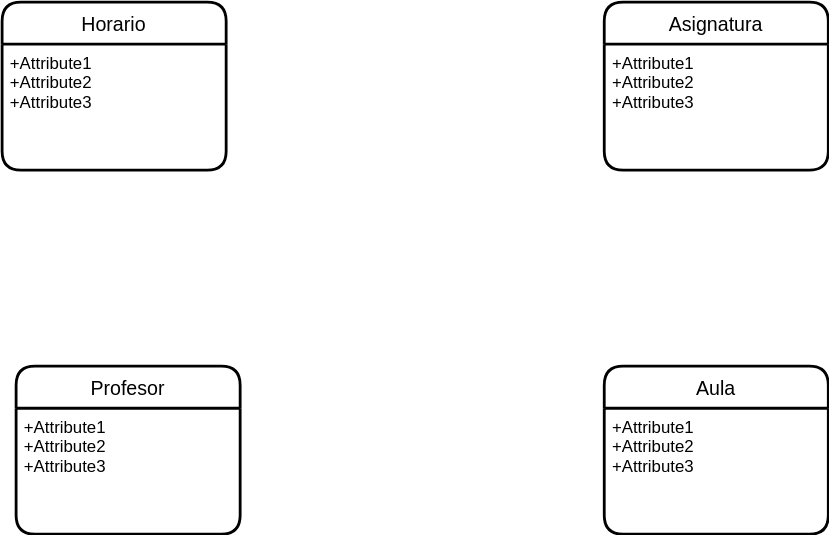
The draw.io diagram UD12-17.svg in Jimxx22/C3-UD11-UML, before a commit. Source tidied: cells renumbered, new cells last; positions are measured from the earlier drawing's top-left corner, leaving out a move shared by most shapes.
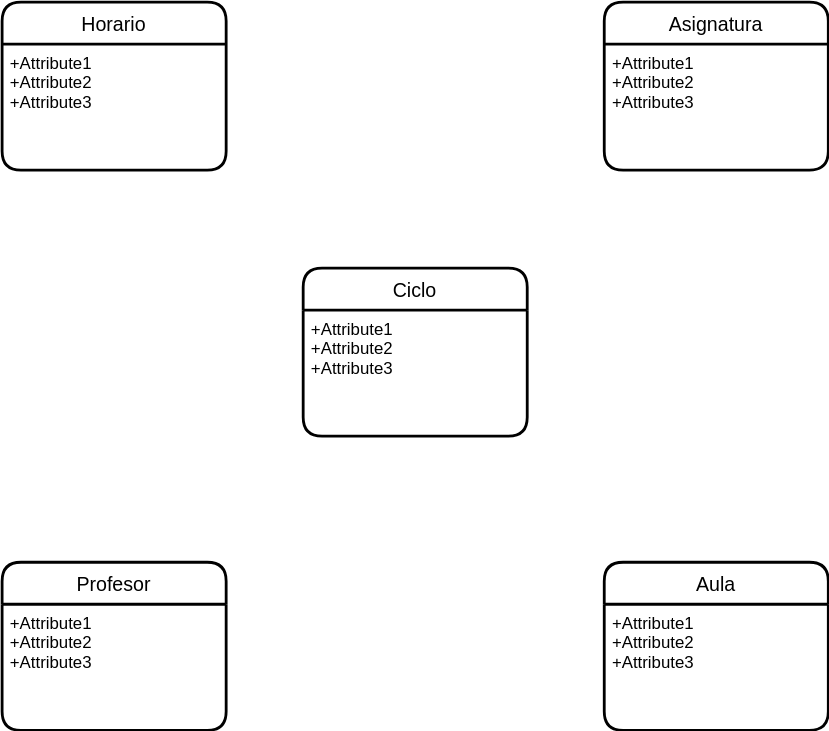
After the change.

Diff of the diagram source:
```diff
@@ -3,28 +3,34 @@
     <mxCell id="0" />
     <mxCell id="1" parent="0" />
     <mxCell id="2" value="Asignatura" style="swimlane;horizontal=1;startSize=30;rounded=1;fontSize=14;fontStyle=0;strokeWidth=2;shadow=0;dashed=0;align=center;" parent="1" vertex="1">
-      <mxGeometry x="430" width="160" height="120" as="geometry" />
+      <mxGeometry x="435" y="-60" width="160" height="120" as="geometry" />
     </mxCell>
     <mxCell id="3" value="+Attribute1&#10;+Attribute2&#10;+Attribute3" style="align=left;strokeColor=none;fillColor=none;spacingLeft=4;fontSize=12;verticalAlign=top;" parent="2" vertex="1">
       <mxGeometry y="30" width="160" height="90" as="geometry" />
     </mxCell>
     <mxCell id="4" value="Aula" style="swimlane;horizontal=1;startSize=30;rounded=1;fontSize=14;fontStyle=0;strokeWidth=2;shadow=0;dashed=0;align=center;" parent="1" vertex="1">
-      <mxGeometry x="430" y="260" width="160" height="120" as="geometry" />
+      <mxGeometry x="435" y="340" width="160" height="120" as="geometry" />
     </mxCell>
     <mxCell id="5" value="+Attribute1&#10;+Attribute2&#10;+Attribute3" style="align=left;strokeColor=none;fillColor=none;spacingLeft=4;fontSize=12;verticalAlign=top;" parent="4" vertex="1">
       <mxGeometry y="30" width="160" height="90" as="geometry" />
     </mxCell>
     <mxCell id="6" value="Profesor" style="swimlane;horizontal=1;startSize=30;rounded=1;fontSize=14;fontStyle=0;strokeWidth=2;shadow=0;dashed=0;align=center;" parent="1" vertex="1">
-      <mxGeometry x="10" y="260" width="160" height="120" as="geometry" />
+      <mxGeometry x="5" y="340" width="160" height="120" as="geometry" />
     </mxCell>
     <mxCell id="7" value="+Attribute1&#10;+Attribute2&#10;+Attribute3" style="align=left;strokeColor=none;fillColor=none;spacingLeft=4;fontSize=12;verticalAlign=top;" parent="6" vertex="1">
       <mxGeometry y="30" width="160" height="90" as="geometry" />
     </mxCell>
     <mxCell id="8" value="Horario" style="swimlane;horizontal=1;startSize=30;rounded=1;fontSize=14;fontStyle=0;strokeWidth=2;shadow=0;dashed=0;align=center;" parent="1" vertex="1">
-      <mxGeometry width="160" height="120" as="geometry" />
+      <mxGeometry x="5" y="-60" width="160" height="120" as="geometry" />
     </mxCell>
     <mxCell id="9" value="+Attribute1&#10;+Attribute2&#10;+Attribute3" style="align=left;strokeColor=none;fillColor=none;spacingLeft=4;fontSize=12;verticalAlign=top;" parent="8" vertex="1">
       <mxGeometry y="30" width="160" height="90" as="geometry" />
     </mxCell>
+    <mxCell id="10" value="Ciclo" style="swimlane;horizontal=1;startSize=30;rounded=1;fontSize=14;fontStyle=0;strokeWidth=2;shadow=0;dashed=0;align=center;" parent="1" vertex="1">
+      <mxGeometry x="220" y="130" width="160" height="120" as="geometry" />
+    </mxCell>
+    <mxCell id="11" value="+Attribute1&#10;+Attribute2&#10;+Attribute3" style="align=left;strokeColor=none;fillColor=none;spacingLeft=4;fontSize=12;verticalAlign=top;" parent="10" vertex="1">
+      <mxGeometry y="30" width="160" height="90" as="geometry" />
+    </mxCell>
   </root>
 </mxGraphModel>
```
